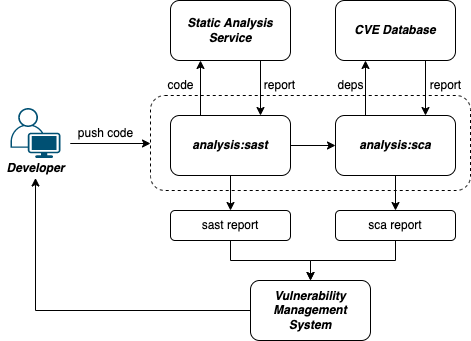
paganellif/tesi-paganelli keeps this draw.io diagram as img/tesi-12-sastsca.drawio.png. Above is the earlier version. Source tidied: cells renumbered, new cells last; positions are measured from the earlier drawing's top-left corner, leaving out a move shared by most shapes. The source it was exported from:
```xml
<mxGraphModel>
  <root>
    <mxCell id="0" />
    <mxCell id="1" parent="0" />
    <mxCell id="2" style="rounded=1;whiteSpace=wrap;html=1;fillColor=none;dashed=1;" parent="1" vertex="1">
      <mxGeometry x="150" y="95" width="320" height="95" as="geometry" />
    </mxCell>
    <mxCell id="3" style="edgeStyle=orthogonalEdgeStyle;rounded=0;jettySize=auto;html=1;" parent="1" edge="1" source="6" target="9">
      <mxGeometry relative="1" as="geometry" />
    </mxCell>
    <mxCell id="4" style="edgeStyle=orthogonalEdgeStyle;rounded=0;jettySize=auto;html=1;exitX=0.25;exitY=0;exitDx=0;exitDy=0;entryX=0.25;entryY=1;entryDx=0;entryDy=0;" parent="1" edge="1" source="6" target="12">
      <mxGeometry relative="1" as="geometry" />
    </mxCell>
    <mxCell id="5" style="edgeStyle=orthogonalEdgeStyle;rounded=0;jettySize=auto;html=1;" parent="1" edge="1" source="6" target="16">
      <mxGeometry relative="1" as="geometry" />
    </mxCell>
    <mxCell id="6" value="&lt;b&gt;&lt;i&gt;analysis:sast&lt;/i&gt;&lt;/b&gt;" style="rounded=1;whiteSpace=wrap;html=1;" parent="1" vertex="1">
      <mxGeometry x="170" y="115" width="120" height="60" as="geometry" />
    </mxCell>
    <mxCell id="7" style="edgeStyle=orthogonalEdgeStyle;rounded=0;jettySize=auto;html=1;entryX=0.25;entryY=1;entryDx=0;entryDy=0;exitX=0.25;exitY=0;exitDx=0;exitDy=0;" parent="1" edge="1" source="9" target="14">
      <mxGeometry relative="1" as="geometry" />
    </mxCell>
    <mxCell id="8" style="edgeStyle=orthogonalEdgeStyle;rounded=0;jettySize=auto;html=1;" parent="1" edge="1" source="9" target="18">
      <mxGeometry relative="1" as="geometry" />
    </mxCell>
    <mxCell id="9" value="&lt;b&gt;&lt;i&gt;analysis:sca&lt;/i&gt;&lt;/b&gt;" style="rounded=1;whiteSpace=wrap;html=1;" parent="1" vertex="1">
      <mxGeometry x="335" y="115" width="120" height="60" as="geometry" />
    </mxCell>
    <mxCell id="10" style="edgeStyle=orthogonalEdgeStyle;rounded=0;jettySize=auto;html=1;" parent="1" edge="1" target="2">
      <mxGeometry relative="1" as="geometry">
        <mxPoint x="80" y="143" as="sourcePoint" />
        <Array as="points">
          <mxPoint x="70" y="143" />
        </Array>
      </mxGeometry>
    </mxCell>
    <mxCell id="11" style="edgeStyle=orthogonalEdgeStyle;rounded=0;jettySize=auto;html=1;exitX=0.75;exitY=1;exitDx=0;exitDy=0;entryX=0.75;entryY=0;entryDx=0;entryDy=0;" parent="1" edge="1" source="12" target="6">
      <mxGeometry relative="1" as="geometry" />
    </mxCell>
    <mxCell id="12" value="&lt;b&gt;&lt;i&gt;Static Analysis Service&lt;/i&gt;&lt;/b&gt;" style="rounded=1;whiteSpace=wrap;html=1;" parent="1" vertex="1">
      <mxGeometry x="170" width="120" height="60" as="geometry" />
    </mxCell>
    <mxCell id="13" style="edgeStyle=orthogonalEdgeStyle;rounded=0;jettySize=auto;html=1;entryX=0.75;entryY=0;entryDx=0;entryDy=0;exitX=0.75;exitY=1;exitDx=0;exitDy=0;" parent="1" edge="1" source="14" target="9">
      <mxGeometry relative="1" as="geometry" />
    </mxCell>
    <mxCell id="14" value="&lt;b&gt;&lt;i&gt;CVE Database&lt;/i&gt;&lt;/b&gt;" style="rounded=1;whiteSpace=wrap;html=1;" parent="1" vertex="1">
      <mxGeometry x="335" width="120" height="60" as="geometry" />
    </mxCell>
    <mxCell id="15" style="edgeStyle=orthogonalEdgeStyle;rounded=0;jettySize=auto;html=1;" parent="1" edge="1" source="16" target="19">
      <mxGeometry relative="1" as="geometry" />
    </mxCell>
    <mxCell id="16" value="sast report" style="rounded=1;whiteSpace=wrap;html=1;" parent="1" vertex="1">
      <mxGeometry x="170" y="210" width="120" height="30" as="geometry" />
    </mxCell>
    <mxCell id="17" style="edgeStyle=orthogonalEdgeStyle;rounded=0;jettySize=auto;html=1;" parent="1" edge="1" source="18" target="19">
      <mxGeometry relative="1" as="geometry" />
    </mxCell>
    <mxCell id="18" value="sca report" style="rounded=1;whiteSpace=wrap;html=1;" parent="1" vertex="1">
      <mxGeometry x="335" y="210" width="120" height="30" as="geometry" />
    </mxCell>
    <mxCell id="19" value="&lt;b&gt;&lt;i&gt;Vulnerability Management System&lt;/i&gt;&lt;/b&gt;" style="rounded=1;whiteSpace=wrap;html=1;" parent="1" vertex="1">
      <mxGeometry x="250" y="280" width="120" height="60" as="geometry" />
    </mxCell>
    <mxCell id="20" style="verticalLabelPosition=bottom;sketch=0;html=1;verticalAlign=top;align=center;shape=mxgraph.cisco19.user;fillColor=#005073;strokeColor=none;dashed=1;" parent="1" vertex="1">
      <mxGeometry x="10" y="107.5" width="50" height="50" as="geometry" />
    </mxCell>
    <mxCell id="21" style="edgeStyle=orthogonalEdgeStyle;rounded=0;jettySize=auto;html=1;exitX=0;exitY=0.5;exitDx=0;exitDy=0;" parent="1" edge="1" source="19" target="22">
      <mxGeometry relative="1" as="geometry">
        <Array as="points">
          <mxPoint x="35" y="310" />
        </Array>
      </mxGeometry>
    </mxCell>
    <mxCell id="22" value="&lt;b&gt;&lt;i&gt;Developer&lt;/i&gt;&lt;/b&gt;" style="text;html=1;align=center;verticalAlign=middle;points=[];strokeColor=none;fillColor=none;" parent="1" vertex="1">
      <mxGeometry y="157.5" width="70" height="20" as="geometry" />
    </mxCell>
    <mxCell id="23" value="push code" style="text;html=1;align=center;verticalAlign=middle;strokeColor=none;fillColor=none;" parent="1" vertex="1">
      <mxGeometry x="70" y="122.5" width="70" height="20" as="geometry" />
    </mxCell>
    <mxCell id="24" value="code" style="text;html=1;align=center;verticalAlign=middle;strokeColor=none;fillColor=none;" parent="1" vertex="1">
      <mxGeometry x="160" y="75" width="40" height="20" as="geometry" />
    </mxCell>
    <mxCell id="25" value="report" style="text;html=1;align=center;verticalAlign=middle;strokeColor=none;fillColor=none;" parent="1" vertex="1">
      <mxGeometry x="254" y="75" width="50" height="20" as="geometry" />
    </mxCell>
    <mxCell id="26" value="deps" style="text;html=1;align=center;verticalAlign=middle;strokeColor=none;fillColor=none;" parent="1" vertex="1">
      <mxGeometry x="330" y="75" width="40" height="20" as="geometry" />
    </mxCell>
    <mxCell id="27" value="report" style="text;html=1;align=center;verticalAlign=middle;strokeColor=none;fillColor=none;" parent="1" vertex="1">
      <mxGeometry x="420" y="75" width="50" height="20" as="geometry" />
    </mxCell>
  </root>
</mxGraphModel>
```
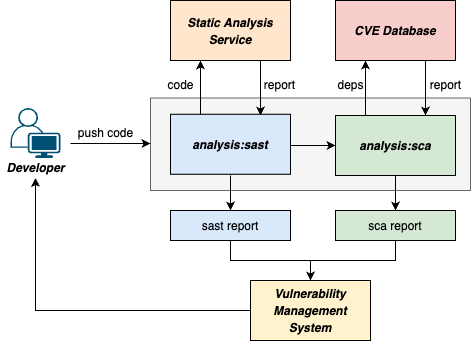
The same diagram one commit later.

What changed in the source:
```diff
@@ -2,70 +2,77 @@
   <root>
     <mxCell id="0" />
     <mxCell id="1" parent="0" />
-    <mxCell id="2" style="rounded=1;whiteSpace=wrap;html=1;fillColor=none;dashed=1;" parent="1" vertex="1">
-      <mxGeometry x="150" y="95" width="320" height="95" as="geometry" />
-    </mxCell>
+    <mxCell id="28" style="rounded=0;whiteSpace=wrap;html=1;fontSize=14;strokeColor=#666666;fillColor=#f5f5f5;fontColor=#333333;" parent="1" vertex="1">
+      <mxGeometry x="150" y="97.5" width="320" height="92.5" as="geometry" />
+    </mxCell>
-    <mxCell id="3" style="edgeStyle=orthogonalEdgeStyle;rounded=0;jettySize=auto;html=1;" parent="1" edge="1" source="6" target="9">
-      <mxGeometry relative="1" as="geometry" />
+    <mxCell id="3" style="edgeStyle=orthogonalEdgeStyle;rounded=0;orthogonalLoop=1;jettySize=auto;html=1;strokeColor=#000000;" parent="1" edge="1">
+      <mxGeometry relative="1" as="geometry">
+        <mxPoint x="290" y="145" as="sourcePoint" />
+        <mxPoint x="335" y="145" as="targetPoint" />
+      </mxGeometry>
     </mxCell>
-    <mxCell id="4" style="edgeStyle=orthogonalEdgeStyle;rounded=0;jettySize=auto;html=1;exitX=0.25;exitY=0;exitDx=0;exitDy=0;entryX=0.25;entryY=1;entryDx=0;entryDy=0;" parent="1" edge="1" source="6" target="12">
-      <mxGeometry relative="1" as="geometry" />
+    <mxCell id="4" style="edgeStyle=orthogonalEdgeStyle;rounded=0;orthogonalLoop=1;jettySize=auto;html=1;exitX=0.25;exitY=0;exitDx=0;exitDy=0;entryX=0.25;entryY=1;entryDx=0;entryDy=0;strokeColor=#000000;" parent="1" edge="1">
+      <mxGeometry relative="1" as="geometry">
+        <mxPoint x="200" y="115" as="sourcePoint" />
+        <mxPoint x="200" y="60" as="targetPoint" />
+      </mxGeometry>
     </mxCell>
-    <mxCell id="5" style="edgeStyle=orthogonalEdgeStyle;rounded=0;jettySize=auto;html=1;" parent="1" edge="1" source="6" target="16">
-      <mxGeometry relative="1" as="geometry" />
+    <mxCell id="5" style="edgeStyle=orthogonalEdgeStyle;rounded=0;orthogonalLoop=1;jettySize=auto;html=1;strokeColor=#000000;" parent="1" edge="1">
+      <mxGeometry relative="1" as="geometry">
+        <mxPoint x="230" y="175" as="sourcePoint" />
+        <mxPoint x="230" y="210" as="targetPoint" />
+      </mxGeometry>
     </mxCell>
-    <mxCell id="6" value="&lt;b&gt;&lt;i&gt;analysis:sast&lt;/i&gt;&lt;/b&gt;" style="rounded=1;whiteSpace=wrap;html=1;" parent="1" vertex="1">
-      <mxGeometry x="170" y="115" width="120" height="60" as="geometry" />
-    </mxCell>
-    <mxCell id="7" style="edgeStyle=orthogonalEdgeStyle;rounded=0;jettySize=auto;html=1;entryX=0.25;entryY=1;entryDx=0;entryDy=0;exitX=0.25;exitY=0;exitDx=0;exitDy=0;" parent="1" edge="1" source="9" target="14">
-      <mxGeometry relative="1" as="geometry" />
+    <mxCell id="7" style="edgeStyle=orthogonalEdgeStyle;rounded=0;orthogonalLoop=1;jettySize=auto;html=1;entryX=0.25;entryY=1;entryDx=0;entryDy=0;exitX=0.25;exitY=0;exitDx=0;exitDy=0;strokeColor=#000000;" parent="1" edge="1">
+      <mxGeometry relative="1" as="geometry">
+        <mxPoint x="365" y="115" as="sourcePoint" />
+        <mxPoint x="365" y="60" as="targetPoint" />
+      </mxGeometry>
     </mxCell>
-    <mxCell id="8" style="edgeStyle=orthogonalEdgeStyle;rounded=0;jettySize=auto;html=1;" parent="1" edge="1" source="9" target="18">
-      <mxGeometry relative="1" as="geometry" />
+    <mxCell id="8" style="edgeStyle=orthogonalEdgeStyle;rounded=0;orthogonalLoop=1;jettySize=auto;html=1;strokeColor=#000000;" parent="1" edge="1">
+      <mxGeometry relative="1" as="geometry">
+        <mxPoint x="395" y="175" as="sourcePoint" />
+        <mxPoint x="395" y="210" as="targetPoint" />
+      </mxGeometry>
     </mxCell>
-    <mxCell id="9" value="&lt;b&gt;&lt;i&gt;analysis:sca&lt;/i&gt;&lt;/b&gt;" style="rounded=1;whiteSpace=wrap;html=1;" parent="1" vertex="1">
-      <mxGeometry x="335" y="115" width="120" height="60" as="geometry" />
-    </mxCell>
-    <mxCell id="10" style="edgeStyle=orthogonalEdgeStyle;rounded=0;jettySize=auto;html=1;" parent="1" edge="1" target="2">
+    <mxCell id="10" style="edgeStyle=orthogonalEdgeStyle;rounded=0;orthogonalLoop=1;jettySize=auto;html=1;" parent="1" edge="1">
       <mxGeometry relative="1" as="geometry">
         <mxPoint x="80" y="143" as="sourcePoint" />
+        <mxPoint x="150" y="143" as="targetPoint" />
         <Array as="points">
           <mxPoint x="70" y="143" />
         </Array>
       </mxGeometry>
     </mxCell>
-    <mxCell id="11" style="edgeStyle=orthogonalEdgeStyle;rounded=0;jettySize=auto;html=1;exitX=0.75;exitY=1;exitDx=0;exitDy=0;entryX=0.75;entryY=0;entryDx=0;entryDy=0;" parent="1" edge="1" source="12" target="6">
-      <mxGeometry relative="1" as="geometry" />
+    <mxCell id="11" style="edgeStyle=orthogonalEdgeStyle;rounded=0;orthogonalLoop=1;jettySize=auto;html=1;exitX=0.75;exitY=1;exitDx=0;exitDy=0;entryX=0.75;entryY=0;entryDx=0;entryDy=0;strokeColor=#000000;" parent="1" edge="1">
+      <mxGeometry relative="1" as="geometry">
+        <mxPoint x="260" y="60" as="sourcePoint" />
+        <mxPoint x="260" y="115" as="targetPoint" />
+      </mxGeometry>
     </mxCell>
-    <mxCell id="12" value="&lt;b&gt;&lt;i&gt;Static Analysis Service&lt;/i&gt;&lt;/b&gt;" style="rounded=1;whiteSpace=wrap;html=1;" parent="1" vertex="1">
-      <mxGeometry x="170" width="120" height="60" as="geometry" />
-    </mxCell>
-    <mxCell id="13" style="edgeStyle=orthogonalEdgeStyle;rounded=0;jettySize=auto;html=1;entryX=0.75;entryY=0;entryDx=0;entryDy=0;exitX=0.75;exitY=1;exitDx=0;exitDy=0;" parent="1" edge="1" source="14" target="9">
-      <mxGeometry relative="1" as="geometry" />
+    <mxCell id="13" style="edgeStyle=orthogonalEdgeStyle;rounded=0;orthogonalLoop=1;jettySize=auto;html=1;entryX=0.75;entryY=0;entryDx=0;entryDy=0;exitX=0.75;exitY=1;exitDx=0;exitDy=0;strokeColor=#000000;" parent="1" edge="1">
+      <mxGeometry relative="1" as="geometry">
+        <mxPoint x="425" y="60" as="sourcePoint" />
+        <mxPoint x="425" y="115" as="targetPoint" />
+      </mxGeometry>
     </mxCell>
-    <mxCell id="14" value="&lt;b&gt;&lt;i&gt;CVE Database&lt;/i&gt;&lt;/b&gt;" style="rounded=1;whiteSpace=wrap;html=1;" parent="1" vertex="1">
-      <mxGeometry x="335" width="120" height="60" as="geometry" />
-    </mxCell>
-    <mxCell id="15" style="edgeStyle=orthogonalEdgeStyle;rounded=0;jettySize=auto;html=1;" parent="1" edge="1" source="16" target="19">
-      <mxGeometry relative="1" as="geometry" />
+    <mxCell id="15" style="edgeStyle=orthogonalEdgeStyle;rounded=0;jettySize=auto;html=1;startArrow=none;strokeColor=#000000;" parent="1" edge="1" source="16">
+      <mxGeometry relative="1" as="geometry">
+        <mxPoint x="310" y="280" as="targetPoint" />
+        <Array as="points">
+          <mxPoint x="310" y="260" />
+        </Array>
+      </mxGeometry>
     </mxCell>
-    <mxCell id="16" value="sast report" style="rounded=1;whiteSpace=wrap;html=1;" parent="1" vertex="1">
-      <mxGeometry x="170" y="210" width="120" height="30" as="geometry" />
-    </mxCell>
-    <mxCell id="17" style="edgeStyle=orthogonalEdgeStyle;rounded=0;jettySize=auto;html=1;" parent="1" edge="1" source="18" target="19">
+    <mxCell id="17" style="edgeStyle=orthogonalEdgeStyle;rounded=0;jettySize=auto;html=1;strokeColor=#000000;" parent="1" edge="1" source="18" target="19">
       <mxGeometry relative="1" as="geometry" />
     </mxCell>
-    <mxCell id="18" value="sca report" style="rounded=1;whiteSpace=wrap;html=1;" parent="1" vertex="1">
-      <mxGeometry x="335" y="210" width="120" height="30" as="geometry" />
-    </mxCell>
-    <mxCell id="19" value="&lt;b&gt;&lt;i&gt;Vulnerability Management System&lt;/i&gt;&lt;/b&gt;" style="rounded=1;whiteSpace=wrap;html=1;" parent="1" vertex="1">
-      <mxGeometry x="250" y="280" width="120" height="60" as="geometry" />
-    </mxCell>
     <mxCell id="20" style="verticalLabelPosition=bottom;sketch=0;html=1;verticalAlign=top;align=center;shape=mxgraph.cisco19.user;fillColor=#005073;strokeColor=none;dashed=1;" parent="1" vertex="1">
       <mxGeometry x="10" y="107.5" width="50" height="50" as="geometry" />
     </mxCell>
-    <mxCell id="21" style="edgeStyle=orthogonalEdgeStyle;rounded=0;jettySize=auto;html=1;exitX=0;exitY=0.5;exitDx=0;exitDy=0;" parent="1" edge="1" source="19" target="22">
+    <mxCell id="21" style="edgeStyle=orthogonalEdgeStyle;rounded=0;jettySize=auto;html=1;exitX=0;exitY=0.5;exitDx=0;exitDy=0;" parent="1" edge="1" target="22">
       <mxGeometry relative="1" as="geometry">
+        <mxPoint x="250" y="310" as="sourcePoint" />
         <Array as="points">
           <mxPoint x="35" y="310" />
         </Array>
@@ -89,5 +96,26 @@
     <mxCell id="27" value="report" style="text;html=1;align=center;verticalAlign=middle;strokeColor=none;fillColor=none;" parent="1" vertex="1">
       <mxGeometry x="420" y="75" width="50" height="20" as="geometry" />
     </mxCell>
+    <mxCell id="9" value="&lt;b style=&quot;font-size: 12px;&quot;&gt;&lt;i&gt;analysis:sca&lt;/i&gt;&lt;/b&gt;" style="rounded=0;whiteSpace=wrap;html=1;fontSize=14;strokeColor=#000000;fillColor=#d5e8d4;" parent="1" vertex="1">
+      <mxGeometry x="335" y="115" width="120" height="60" as="geometry" />
+    </mxCell>
+    <mxCell id="6" value="&lt;b style=&quot;font-size: 12px;&quot;&gt;&lt;i&gt;analysis:sast&lt;/i&gt;&lt;/b&gt;" style="rounded=0;whiteSpace=wrap;html=1;fontSize=14;strokeColor=#000000;fillColor=#dae8fc;" parent="1" vertex="1">
+      <mxGeometry x="170" y="113.8" width="120" height="60" as="geometry" />
+    </mxCell>
+    <mxCell id="16" value="&lt;span style=&quot;font-size: 12px;&quot;&gt;sast report&lt;/span&gt;" style="rounded=0;whiteSpace=wrap;html=1;fontSize=14;strokeColor=#000000;fillColor=#dae8fc;" parent="1" vertex="1">
+      <mxGeometry x="170" y="210" width="120" height="30" as="geometry" />
+    </mxCell>
+    <mxCell id="18" value="&lt;span style=&quot;font-size: 12px;&quot;&gt;sca report&lt;/span&gt;" style="rounded=0;whiteSpace=wrap;html=1;fontSize=14;strokeColor=#000000;fillColor=#d5e8d4;" parent="1" vertex="1">
+      <mxGeometry x="335" y="210" width="120" height="30" as="geometry" />
+    </mxCell>
+    <mxCell id="19" value="&lt;b style=&quot;font-size: 12px;&quot;&gt;&lt;i&gt;Vulnerability Management System&lt;/i&gt;&lt;/b&gt;" style="rounded=0;whiteSpace=wrap;html=1;fontSize=14;strokeColor=#000000;fillColor=#fff2cc;" parent="1" vertex="1">
+      <mxGeometry x="250" y="280" width="120" height="60" as="geometry" />
+    </mxCell>
+    <mxCell id="12" value="&lt;b style=&quot;font-size: 12px;&quot;&gt;&lt;i&gt;Static Analysis Service&lt;/i&gt;&lt;/b&gt;" style="rounded=0;whiteSpace=wrap;html=1;fontSize=14;strokeColor=#000000;fillColor=#ffe6cc;" parent="1" vertex="1">
+      <mxGeometry x="170" width="120" height="60" as="geometry" />
+    </mxCell>
+    <mxCell id="14" value="&lt;b style=&quot;font-size: 12px;&quot;&gt;&lt;i&gt;CVE Database&lt;/i&gt;&lt;/b&gt;" style="rounded=0;whiteSpace=wrap;html=1;fontSize=14;strokeColor=#000000;fillColor=#f8cecc;" parent="1" vertex="1">
+      <mxGeometry x="335" width="120" height="60" as="geometry" />
+    </mxCell>
   </root>
 </mxGraphModel>
```
